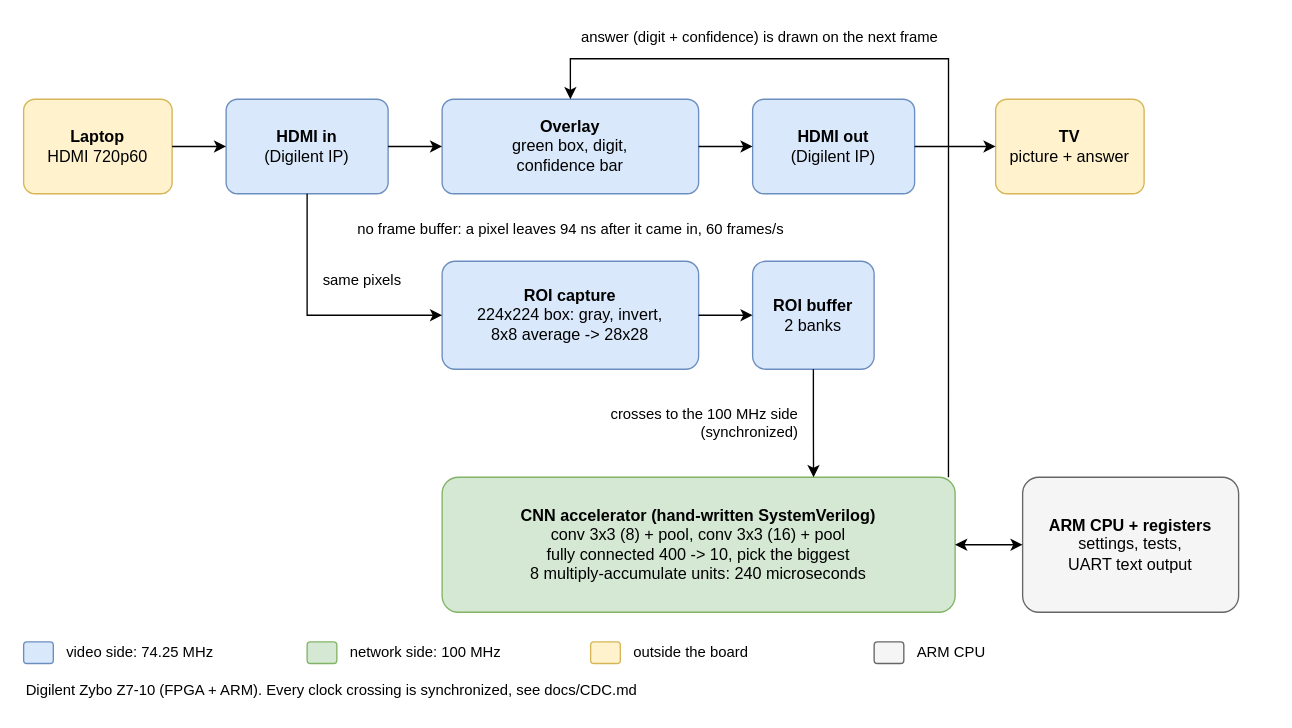
Above: docs/images/architecture.drawio in alvinhdr/FPGA-Edge-AI-Video (draw.io), before the change. Source tidied: cells renumbered, new cells numbered last; positions are measured from the earlier drawing's top-left corner, leaving out a move shared by most shapes. Both pictures are drawn from the tidied source at 135%, with x=0, y=0 at pixel (23, 23).
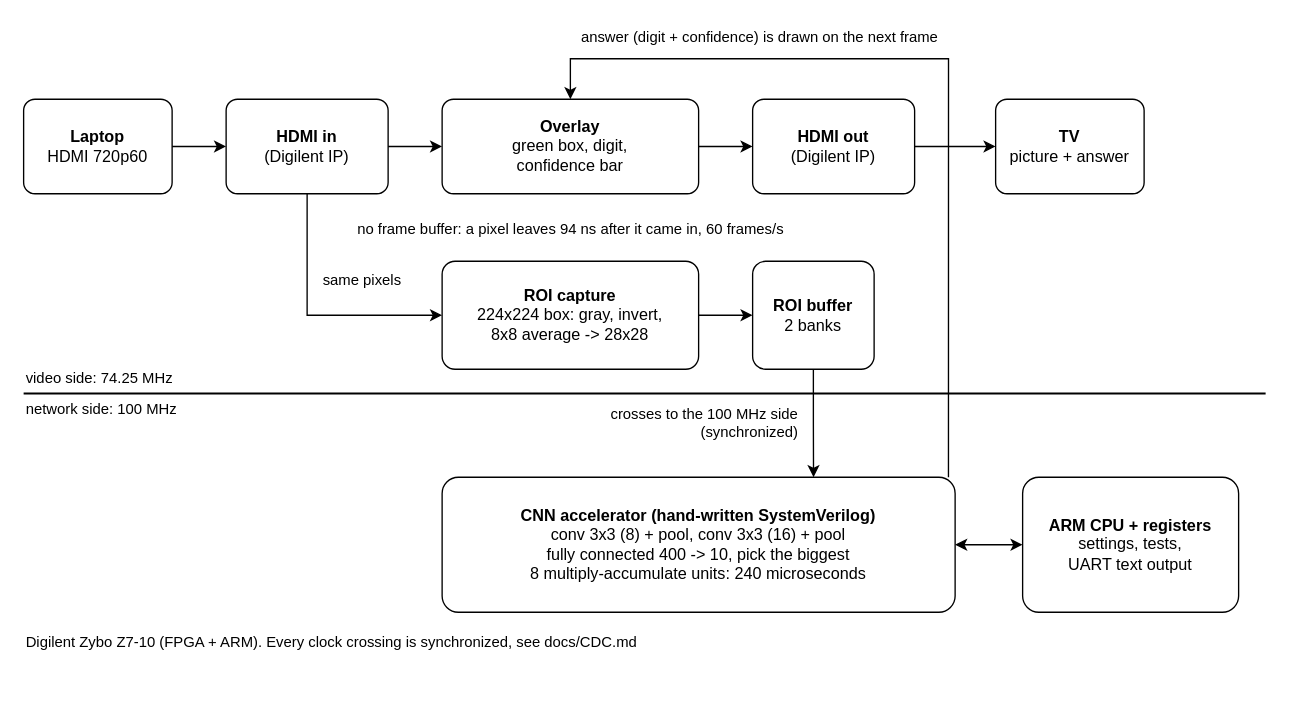
The same page after the edit.

Commit message (it also covers changes not shown here):
Architecture diagram: black and white

Diff of the diagram source:
```diff
@@
-    <mxCell id="2" value="&lt;b&gt;Laptop&lt;/b&gt;&lt;br&gt;HDMI 720p60" style="rounded=1;whiteSpace=wrap;html=1;arcSize=12;fillColor=#fff2cc;strokeColor=#d6b656;fontSize=12;" parent="1" vertex="1">
+    <mxCell id="2" value="&lt;b&gt;Laptop&lt;/b&gt;&lt;br&gt;HDMI 720p60" style="rounded=1;whiteSpace=wrap;html=1;arcSize=12;fillColor=#ffffff;strokeColor=#000000;fontSize=12;" parent="1" vertex="1">
       <mxGeometry y="56" width="110" height="70" as="geometry" />
     </mxCell>
-    <mxCell id="3" value="&lt;b&gt;HDMI in&lt;/b&gt;&lt;br&gt;(Digilent IP)" style="rounded=1;whiteSpace=wrap;html=1;arcSize=12;fillColor=#dae8fc;strokeColor=#6c8ebf;fontSize=12;" parent="1" vertex="1">
+    <mxCell id="3" value="&lt;b&gt;HDMI in&lt;/b&gt;&lt;br&gt;(Digilent IP)" style="rounded=1;whiteSpace=wrap;html=1;arcSize=12;fillColor=#ffffff;strokeColor=#000000;fontSize=12;" parent="1" vertex="1">
       <mxGeometry x="150" y="56" width="120" height="70" as="geometry" />
     </mxCell>
-    <mxCell id="4" value="&lt;b&gt;Overlay&lt;/b&gt;&lt;br&gt;green box, digit,&lt;br&gt;confidence bar" style="rounded=1;whiteSpace=wrap;html=1;arcSize=12;fillColor=#dae8fc;strokeColor=#6c8ebf;fontSize=12;" parent="1" vertex="1">
+    <mxCell id="4" value="&lt;b&gt;Overlay&lt;/b&gt;&lt;br&gt;green box, digit,&lt;br&gt;confidence bar" style="rounded=1;whiteSpace=wrap;html=1;arcSize=12;fillColor=#ffffff;strokeColor=#000000;fontSize=12;" parent="1" vertex="1">
       <mxGeometry x="310" y="56" width="190" height="70" as="geometry" />
     </mxCell>
-    <mxCell id="5" value="&lt;b&gt;HDMI out&lt;/b&gt;&lt;br&gt;(Digilent IP)" style="rounded=1;whiteSpace=wrap;html=1;arcSize=12;fillColor=#dae8fc;strokeColor=#6c8ebf;fontSize=12;" parent="1" vertex="1">
+    <mxCell id="5" value="&lt;b&gt;HDMI out&lt;/b&gt;&lt;br&gt;(Digilent IP)" style="rounded=1;whiteSpace=wrap;html=1;arcSize=12;fillColor=#ffffff;strokeColor=#000000;fontSize=12;" parent="1" vertex="1">
       <mxGeometry x="540" y="56" width="120" height="70" as="geometry" />
     </mxCell>
-    <mxCell id="6" value="&lt;b&gt;TV&lt;/b&gt;&lt;br&gt;picture + answer" style="rounded=1;whiteSpace=wrap;html=1;arcSize=12;fillColor=#fff2cc;strokeColor=#d6b656;fontSize=12;" parent="1" vertex="1">
+    <mxCell id="6" value="&lt;b&gt;TV&lt;/b&gt;&lt;br&gt;picture + answer" style="rounded=1;whiteSpace=wrap;html=1;arcSize=12;fillColor=#ffffff;strokeColor=#000000;fontSize=12;" parent="1" vertex="1">
       <mxGeometry x="720" y="56" width="110" height="70" as="geometry" />
     </mxCell>
-    <mxCell id="7" value="&lt;b&gt;ROI capture&lt;/b&gt;&lt;br&gt;224x224 box: gray, invert,&lt;br&gt;8x8 average -&amp;gt; 28x28" style="rounded=1;whiteSpace=wrap;html=1;arcSize=12;fillColor=#dae8fc;strokeColor=#6c8ebf;fontSize=12;" parent="1" vertex="1">
+    <mxCell id="7" value="&lt;b&gt;ROI capture&lt;/b&gt;&lt;br&gt;224x224 box: gray, invert,&lt;br&gt;8x8 average -&amp;gt; 28x28" style="rounded=1;whiteSpace=wrap;html=1;arcSize=12;fillColor=#ffffff;strokeColor=#000000;fontSize=12;" parent="1" vertex="1">
       <mxGeometry x="310" y="176" width="190" height="80" as="geometry" />
     </mxCell>
-    <mxCell id="8" value="&lt;b&gt;ROI buffer&lt;/b&gt;&lt;br&gt;2 banks" style="rounded=1;whiteSpace=wrap;html=1;arcSize=12;fillColor=#dae8fc;strokeColor=#6c8ebf;fontSize=12;" parent="1" vertex="1">
+    <mxCell id="8" value="&lt;b&gt;ROI buffer&lt;/b&gt;&lt;br&gt;2 banks" style="rounded=1;whiteSpace=wrap;html=1;arcSize=12;fillColor=#ffffff;strokeColor=#000000;fontSize=12;" parent="1" vertex="1">
       <mxGeometry x="540" y="176" width="90" height="80" as="geometry" />
     </mxCell>
-    <mxCell id="9" value="&lt;b&gt;CNN accelerator (hand-written SystemVerilog)&lt;/b&gt;&lt;br&gt;conv 3x3 (8) + pool, conv 3x3 (16) + pool&lt;br&gt;fully connected 400 -&amp;gt; 10, pick the biggest&lt;br&gt;8 multiply-accumulate units: 240 microseconds" style="rounded=1;whiteSpace=wrap;html=1;arcSize=12;fillColor=#d5e8d4;strokeColor=#82b366;fontSize=12;" parent="1" vertex="1">
+    <mxCell id="9" value="&lt;b&gt;CNN accelerator (hand-written SystemVerilog)&lt;/b&gt;&lt;br&gt;conv 3x3 (8) + pool, conv 3x3 (16) + pool&lt;br&gt;fully connected 400 -&amp;gt; 10, pick the biggest&lt;br&gt;8 multiply-accumulate units: 240 microseconds" style="rounded=1;whiteSpace=wrap;html=1;arcSize=12;fillColor=#ffffff;strokeColor=#000000;fontSize=12;" parent="1" vertex="1">
       <mxGeometry x="310" y="336" width="380" height="100" as="geometry" />
     </mxCell>
-    <mxCell id="10" value="&lt;b&gt;ARM CPU + registers&lt;/b&gt;&lt;br&gt;settings, tests,&lt;br&gt;UART text output" style="rounded=1;whiteSpace=wrap;html=1;arcSize=12;fillColor=#f5f5f5;strokeColor=#666666;fontSize=12;" parent="1" vertex="1">
+    <mxCell id="10" value="&lt;b&gt;ARM CPU + registers&lt;/b&gt;&lt;br&gt;settings, tests,&lt;br&gt;UART text output" style="rounded=1;whiteSpace=wrap;html=1;arcSize=12;fillColor=#ffffff;strokeColor=#000000;fontSize=12;" parent="1" vertex="1">
       <mxGeometry x="740" y="336" width="160" height="100" as="geometry" />
     </mxCell>
@@
+    <mxCell id="33" style="endArrow=none;html=1;strokeColor=#000000;strokeWidth=1.5;" parent="1" edge="1">
+      <mxGeometry relative="1" as="geometry">
+        <mxPoint y="274" as="sourcePoint" />
+        <mxPoint x="920" y="274" as="targetPoint" />
+      </mxGeometry>
+    </mxCell>
@@
     <mxCell id="24" value="Digilent Zybo Z7-10 (FPGA + ARM). Every clock crossing is synchronized, see docs/CDC.md" style="text;html=1;align=left;verticalAlign=middle;fontSize=11;" parent="1" vertex="1">
-      <mxGeometry y="483.5" width="330" height="21" as="geometry" />
+      <mxGeometry y="447.5" width="330" height="21" as="geometry" />
     </mxCell>
-    <mxCell id="25" style="rounded=1;whiteSpace=wrap;html=1;fillColor=#dae8fc;strokeColor=#6c8ebf;" parent="1" vertex="1">
-      <mxGeometry y="458" width="22" height="16" as="geometry" />
-    </mxCell>
     <mxCell id="26" value="video side: 74.25 MHz" style="text;html=1;align=left;verticalAlign=middle;fontSize=11;" parent="1" vertex="1">
-      <mxGeometry x="30" y="456" width="180" height="20" as="geometry" />
+      <mxGeometry y="252.5" width="330" height="21" as="geometry" />
     </mxCell>
-    <mxCell id="27" style="rounded=1;whiteSpace=wrap;html=1;fillColor=#d5e8d4;strokeColor=#82b366;" parent="1" vertex="1">
-      <mxGeometry x="210" y="458" width="22" height="16" as="geometry" />
-    </mxCell>
     <mxCell id="28" value="network side: 100 MHz" style="text;html=1;align=left;verticalAlign=middle;fontSize=11;" parent="1" vertex="1">
-      <mxGeometry x="240" y="456" width="180" height="20" as="geometry" />
+      <mxGeometry y="275.5" width="330" height="21" as="geometry" />
     </mxCell>
-    <mxCell id="29" style="rounded=1;whiteSpace=wrap;html=1;fillColor=#fff2cc;strokeColor=#d6b656;" parent="1" vertex="1">
-      <mxGeometry x="420" y="458" width="22" height="16" as="geometry" />
-    </mxCell>
-    <mxCell id="30" value="outside the board" style="text;html=1;align=left;verticalAlign=middle;fontSize=11;" parent="1" vertex="1">
-      <mxGeometry x="450" y="456" width="180" height="20" as="geometry" />
-    </mxCell>
-    <mxCell id="31" style="rounded=1;whiteSpace=wrap;html=1;fillColor=#f5f5f5;strokeColor=#666666;" parent="1" vertex="1">
-      <mxGeometry x="630" y="458" width="22" height="16" as="geometry" />
-    </mxCell>
-    <mxCell id="32" value="ARM CPU" style="text;html=1;align=left;verticalAlign=middle;fontSize=11;" parent="1" vertex="1">
-      <mxGeometry x="660" y="456" width="180" height="20" as="geometry" />
-    </mxCell>
```
